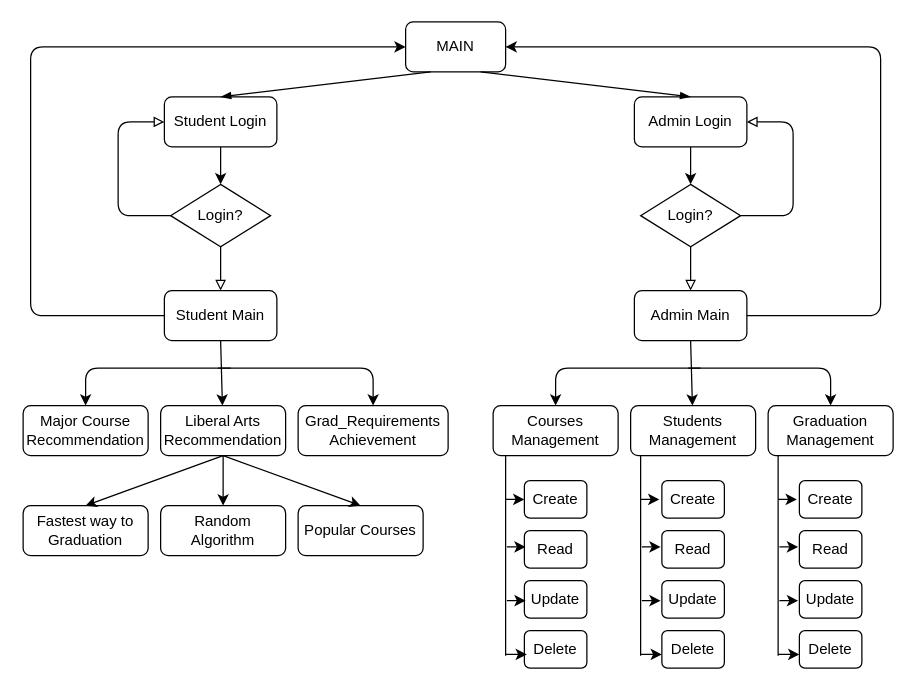
kdstheace/Project_BOOMBOX keeps this draw.io diagram as Untitled Diagram.drawio. Above is the earlier version. Source tidied: cells renumbered, new cells numbered last; positions are measured from the earlier drawing's top-left corner, leaving out a move shared by most shapes. Both pictures are drawn from the tidied source at 125%, with x=0, y=0 at pixel (22, 21).
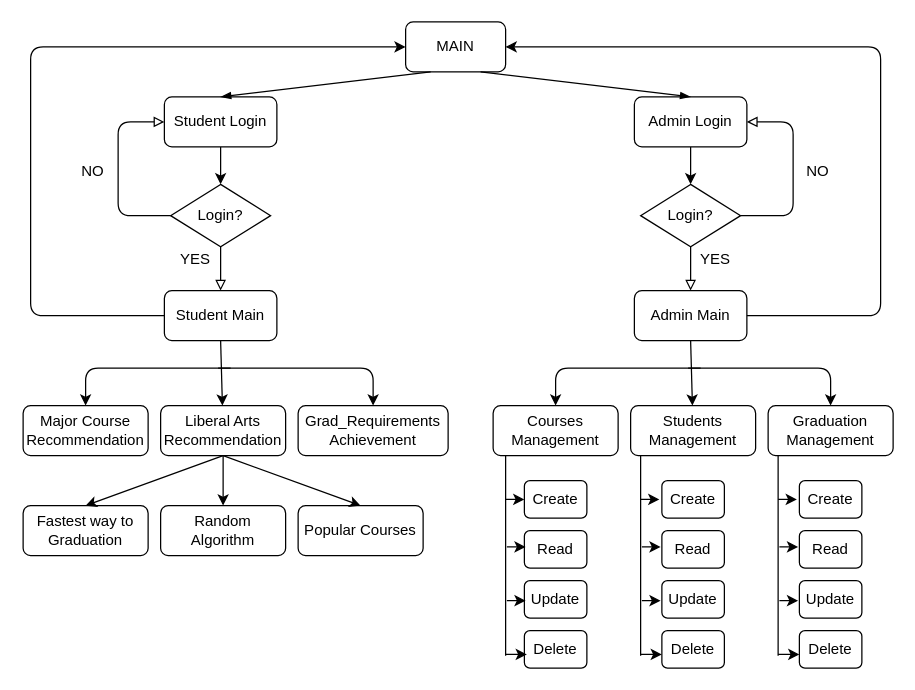
After the change.

The edit, as a diff of the source:
```diff
@@
+    <mxCell id="64" value="YES" style="text;html=1;strokeColor=none;fillColor=none;align=center;verticalAlign=middle;whiteSpace=wrap;rounded=0;" parent="1" vertex="1">
+      <mxGeometry x="118" y="180" width="40" height="20" as="geometry" />
+    </mxCell>
+    <mxCell id="65" value="NO" style="text;html=1;strokeColor=none;fillColor=none;align=center;verticalAlign=middle;whiteSpace=wrap;rounded=0;" parent="1" vertex="1">
+      <mxGeometry x="36" y="110" width="40" height="20" as="geometry" />
+    </mxCell>
+    <mxCell id="66" value="YES" style="text;html=1;strokeColor=none;fillColor=none;align=center;verticalAlign=middle;whiteSpace=wrap;rounded=0;" parent="1" vertex="1">
+      <mxGeometry x="534" y="180" width="40" height="20" as="geometry" />
+    </mxCell>
+    <mxCell id="67" value="NO" style="text;html=1;strokeColor=none;fillColor=none;align=center;verticalAlign=middle;whiteSpace=wrap;rounded=0;" parent="1" vertex="1">
+      <mxGeometry x="616" y="110" width="40" height="20" as="geometry" />
+    </mxCell>
```
